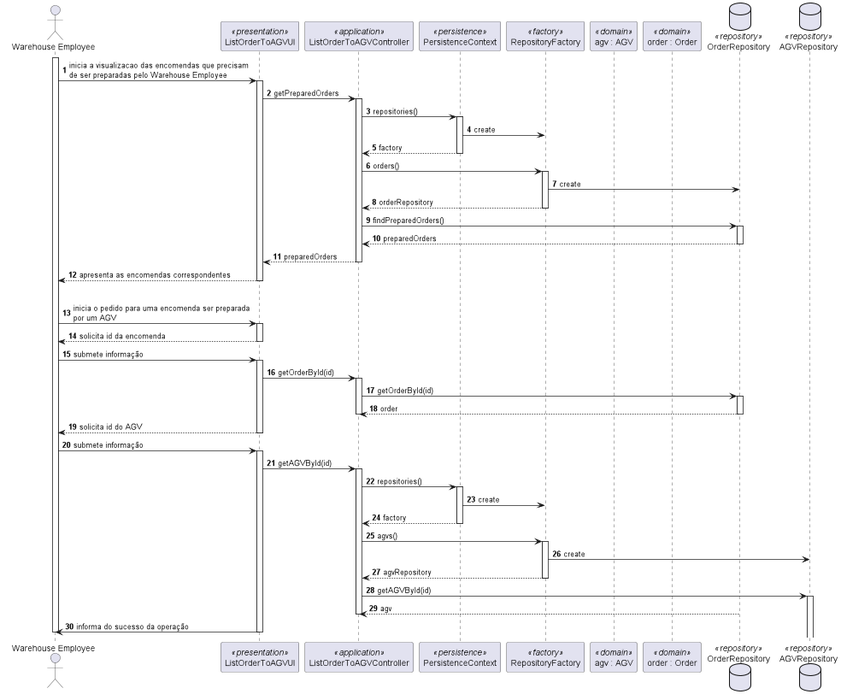
This is Documentação/1190679/US2003/2003_SD.png from 1190772/LAB-Project-4, a PlantUML export, as it was before one commit. The source it was exported from:
```plantuml
@startuml
autonumber
actor "Warehouse Employee" as WE
participant "ListOrderToAGVUI" as UI <<presentation>>
participant "ListOrderToAGVController" as CTRL <<application>>
participant PersistenceContext as PER <<persistence>>
participant "RepositoryFactory" as REPOFACT <<factory>>
participant "agv : AGV" as AGV <<domain>>
participant "order : Order" as ORDER <<domain>>
database "OrderRepository" as orderREPO <<repository>>
database "AGVRepository" as agvREPO <<repository>>



activate WE
WE -> UI : inicia a visualizacao das encomendas que precisam\nde ser preparadas pelo Warehouse Employee
activate UI
UI -> CTRL : getPreparedOrders
activate CTRL
CTRL -> PER : repositories()
activate PER
PER -> REPOFACT : create
PER --> CTRL : factory
deactivate PER
CTRL -> REPOFACT : orders()
activate REPOFACT
REPOFACT -> orderREPO : create
REPOFACT --> CTRL : orderRepository
deactivate REPOFACT
CTRL -> orderREPO : findPreparedOrders()
activate orderREPO
orderREPO --> CTRL : preparedOrders
deactivate orderREPO
CTRL --> UI : preparedOrders
deactivate CTRL
UI --> WE : apresenta as encomendas correspondentes
deactivate UI
loop for each encomenda
WE -> UI : inicia o pedido para uma encomenda ser preparada\npor um AGV
activate UI
UI --> WE : solicita id da encomenda
deactivate UI
WE -> UI : submete informação
activate UI
UI -> CTRL : getOrderById(id)
activate CTRL
CTRL -> orderREPO : getOrderById(id)
activate orderREPO
orderREPO --> CTRL : order
deactivate orderREPO
deactivate CTRL
UI --> WE : solicita id do AGV
deactivate UI
WE -> UI : submete informação
activate UI
UI -> CTRL : getAGVById(id)
activate CTRL
CTRL -> PER : repositories()
activate PER
PER -> REPOFACT : create
PER --> CTRL : factory
deactivate PER
CTRL -> REPOFACT : agvs()
activate REPOFACT
REPOFACT -> agvREPO : create
REPOFACT --> CTRL : agvRepository
deactivate REPOFACT
CTRL -> agvREPO : getAGVById(id)
activate agvREPO
orderREPO --> CTRL : agv
deactivate CTRL
UI -> WE : informa do sucesso da operação
deactivate UI
deactivate WE

@enduml
```
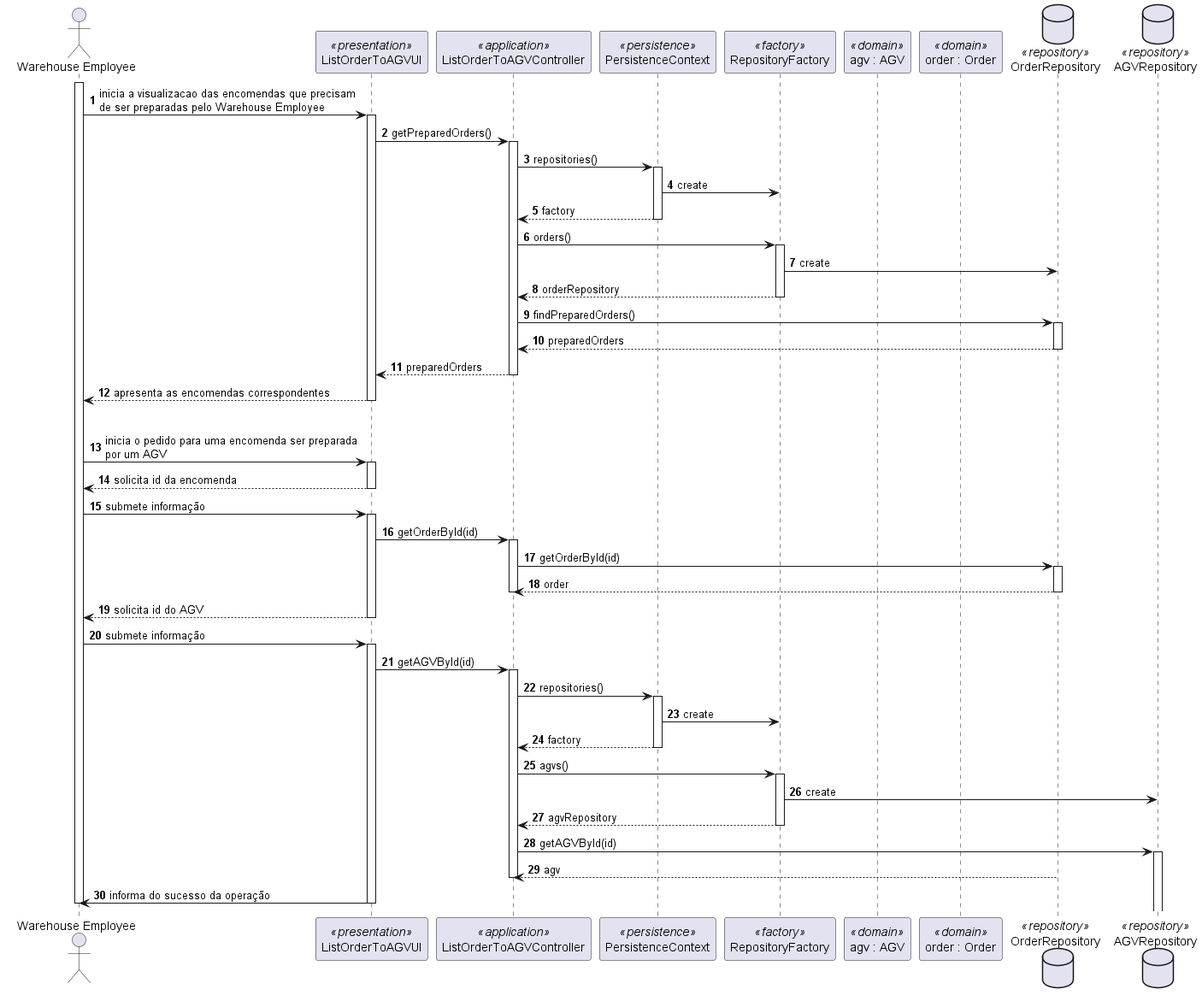
The same file after the commit.

Commit message:
#13: US2003 - Slight modification in the SD

What changed in the source:
```diff
@@ -15,7 +15,7 @@
 activate WE
 WE -> UI : inicia a visualizacao das encomendas que precisam\nde ser preparadas pelo Warehouse Employee
 activate UI
-UI -> CTRL : getPreparedOrders
+UI -> CTRL : getPreparedOrders()
 activate CTRL
 CTRL -> PER : repositories()
 activate PER
```
